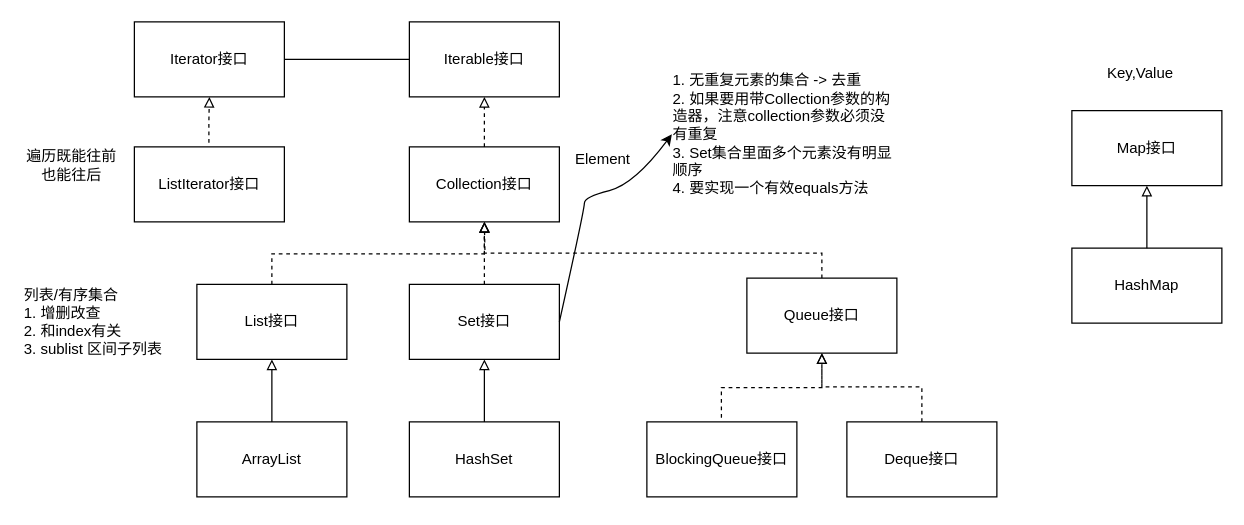
Before: collections.drawio in zhangge208/LearningJava, a draw.io diagram. Source tidied: cells renumbered, new cells numbered last; positions are measured from the earlier drawing's top-left corner, leaving out a move shared by most shapes. Both pictures are drawn from the tidied source at 125%, with x=0, y=0 at pixel (21, 21).
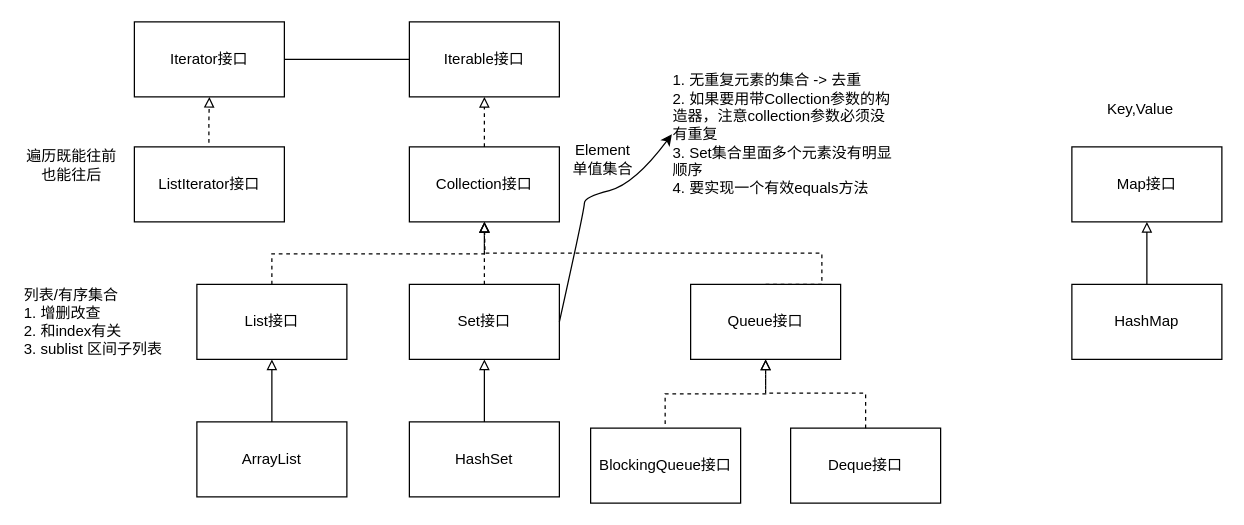
After the change.

The edit, as a diff of the source:
```diff
@@
     <mxCell id="4" value="Map接口" style="rounded=0;whiteSpace=wrap;html=1;" parent="1" vertex="1">
-      <mxGeometry x="840" y="71" width="120" height="60" as="geometry" />
+      <mxGeometry x="840" y="100" width="120" height="60" as="geometry" />
     </mxCell>
-    <mxCell id="5" value="Element" style="text;html=1;strokeColor=none;fillColor=none;align=center;verticalAlign=middle;whiteSpace=wrap;rounded=0;" parent="1" vertex="1">
+    <mxCell id="5" value="Element&lt;br&gt;单值集合" style="text;html=1;strokeColor=none;fillColor=none;align=center;verticalAlign=middle;whiteSpace=wrap;rounded=0;" parent="1" vertex="1">
       <mxGeometry x="430" y="100" width="70" height="20" as="geometry" />
     </mxCell>
     <mxCell id="6" value="Key,Value" style="text;html=1;strokeColor=none;fillColor=none;align=center;verticalAlign=middle;whiteSpace=wrap;rounded=0;" parent="1" vertex="1">
-      <mxGeometry x="860" y="31" width="70" height="20" as="geometry" />
+      <mxGeometry x="860" y="60" width="70" height="20" as="geometry" />
     </mxCell>
@@
     <mxCell id="10" value="HashMap" style="rounded=0;whiteSpace=wrap;html=1;" parent="1" vertex="1">
-      <mxGeometry x="840" y="181" width="120" height="60" as="geometry" />
+      <mxGeometry x="840" y="210" width="120" height="60" as="geometry" />
     </mxCell>
@@
     <mxCell id="26" value="Queue接口" style="rounded=0;whiteSpace=wrap;html=1;" parent="1" vertex="1">
-      <mxGeometry x="580" y="205" width="120" height="60" as="geometry" />
+      <mxGeometry x="535" y="210" width="120" height="60" as="geometry" />
     </mxCell>
@@
     <mxCell id="28" value="BlockingQueue接口" style="rounded=0;whiteSpace=wrap;html=1;" parent="1" vertex="1">
-      <mxGeometry x="500" y="320" width="120" height="60" as="geometry" />
+      <mxGeometry x="455" y="325" width="120" height="60" as="geometry" />
     </mxCell>
@@
     <mxCell id="30" value="Deque接口" style="rounded=0;whiteSpace=wrap;html=1;" parent="1" vertex="1">
-      <mxGeometry x="660" y="320" width="120" height="60" as="geometry" />
+      <mxGeometry x="615" y="325" width="120" height="60" as="geometry" />
     </mxCell>
     <mxCell id="31" style="endArrow=block;endFill=0;shadow=0;strokeWidth=1;rounded=0;edgeStyle=elbowEdgeStyle;dashed=1;elbow=vertical;exitX=0.5;exitY=0;exitDx=0;exitDy=0;entryX=0.5;entryY=1;entryDx=0;entryDy=0;" parent="1" edge="1" source="30" target="26">
       <mxGeometry relative="1" as="geometry">
         <Array as="points">
-          <mxPoint x="670" y="292" />
+          <mxPoint x="625" y="297" />
         </Array>
       </mxGeometry>
     </mxCell>
```
